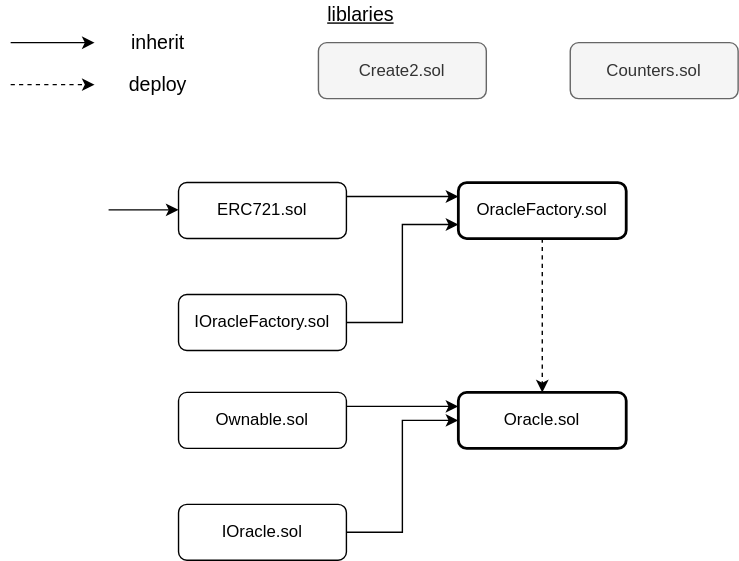
Earlier version of the draw.io export structure.drawio.svg (gurunbox-contracts/LG). Source tidied: cells renumbered, new cells last; positions are measured from the earlier drawing's top-left corner, leaving out a move shared by most shapes.
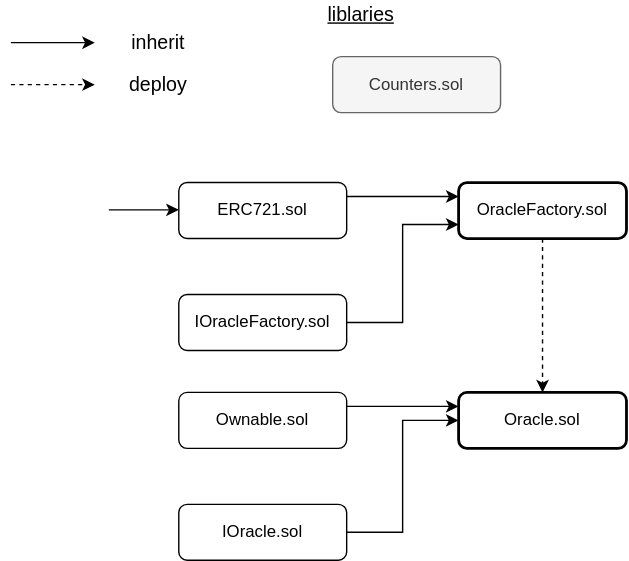
The same file after the commit.

Diff of the diagram source:
```diff
@@ -67,11 +67,8 @@
         <mxPoint x="120" y="149.5" as="targetPoint" />
       </mxGeometry>
     </mxCell>
-    <mxCell id="20" value="Create2.sol" style="rounded=1;whiteSpace=wrap;html=1;fillColor=#f5f5f5;fontColor=#333333;strokeColor=#666666;" parent="1" vertex="1">
-      <mxGeometry x="220" y="30" width="120" height="40" as="geometry" />
-    </mxCell>
     <mxCell id="21" value="Counters.sol" style="rounded=1;whiteSpace=wrap;html=1;fillColor=#f5f5f5;fontColor=#333333;strokeColor=#666666;" parent="1" vertex="1">
-      <mxGeometry x="400" y="30" width="120" height="40" as="geometry" />
+      <mxGeometry x="230" y="40" width="120" height="40" as="geometry" />
     </mxCell>
   </root>
 </mxGraphModel>
```
